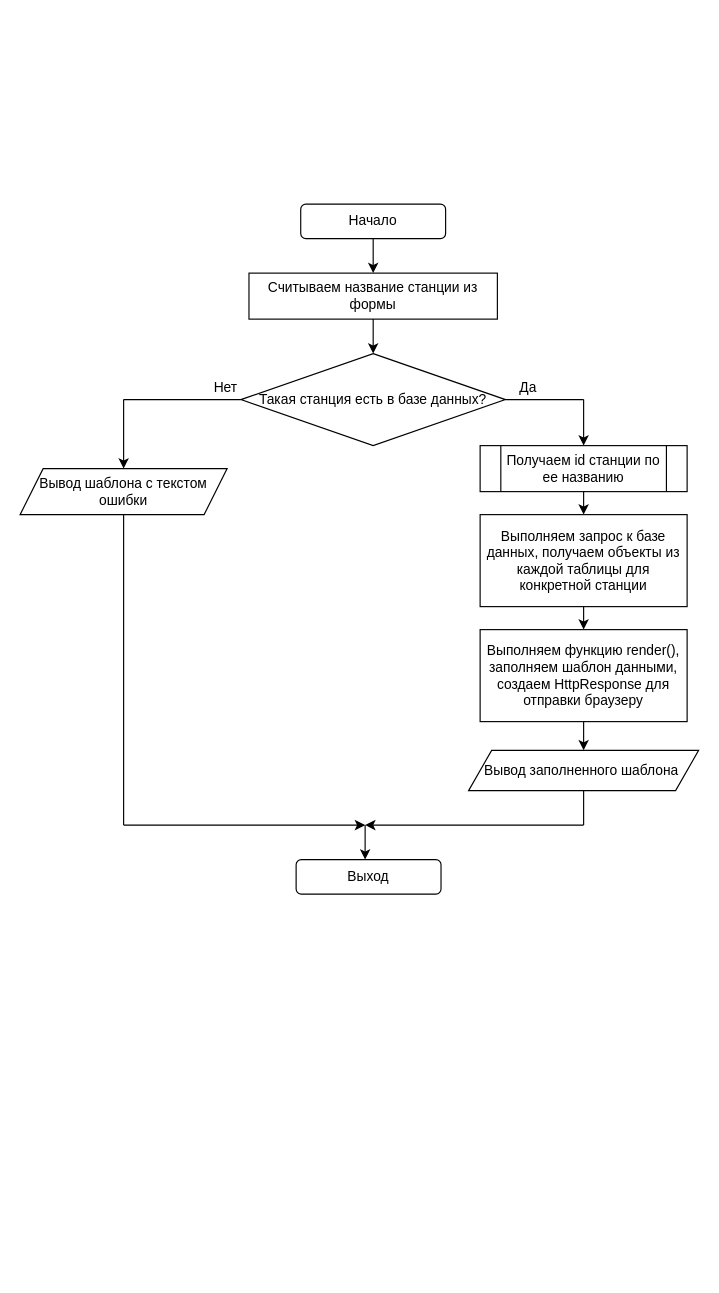
Before: name.drawio in Sofya99/Diplom, a draw.io diagram. Source tidied: cells renumbered, new cells numbered last; positions are measured from the earlier drawing's top-left corner, leaving out a move shared by most shapes. Both pictures are drawn from the tidied source at 115%, with x=0, y=0 at pixel (20, 204).
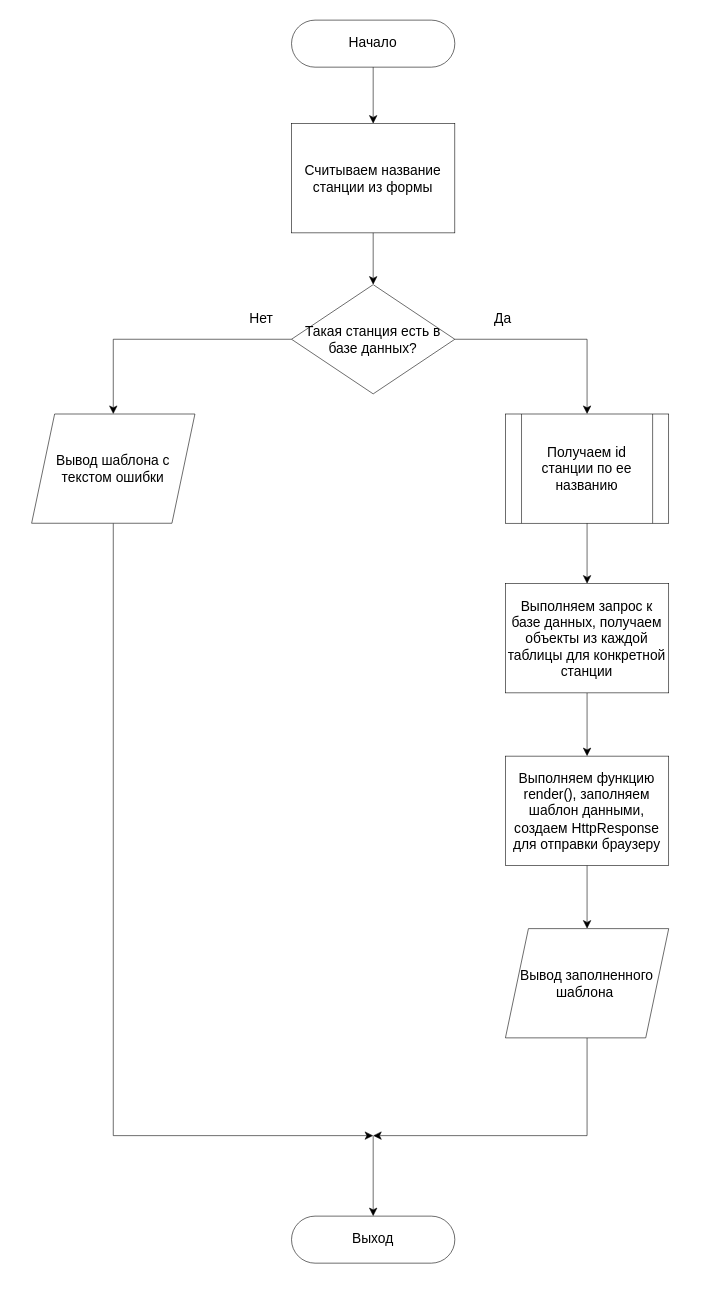
After the change.

Diff of the diagram source:
```diff
@@
-    <mxCell id="2" value="Начало" style="rounded=1;whiteSpace=wrap;html=1;" parent="1" vertex="1">
-      <mxGeometry x="244" width="126" height="30" as="geometry" />
+    <mxCell id="2" value="Начало" style="rounded=1;whiteSpace=wrap;html=1;arcSize=50;strokeWidth=0.5;" parent="1" vertex="1">
+      <mxGeometry x="236" y="-160" width="142" height="40.9" as="geometry" />
     </mxCell>
-    <mxCell id="3" value="Считываем название станции из формы" style="rounded=0;whiteSpace=wrap;html=1;" parent="1" vertex="1">
-      <mxGeometry x="199" y="60" width="216" height="40" as="geometry" />
+    <mxCell id="3" value="Считываем название станции из формы" style="rounded=0;whiteSpace=wrap;html=1;strokeWidth=0.5;" parent="1" vertex="1">
+      <mxGeometry x="236" y="-70" width="142" height="95" as="geometry" />
     </mxCell>
+    <mxCell id="28" style="edgeStyle=orthogonalEdgeStyle;rounded=0;jettySize=auto;html=1;exitX=0;exitY=0.5;exitDx=0;exitDy=0;entryX=0.5;entryY=0;entryDx=0;entryDy=0;fontSize=11;strokeWidth=0.5;" parent="1" edge="1" source="4" target="7">
+      <mxGeometry relative="1" as="geometry" />
+    </mxCell>
+    <mxCell id="29" style="edgeStyle=orthogonalEdgeStyle;rounded=0;jettySize=auto;html=1;exitX=1;exitY=0.5;exitDx=0;exitDy=0;entryX=0.5;entryY=0;entryDx=0;entryDy=0;fontSize=11;strokeWidth=0.5;" parent="1" edge="1" source="4" target="17">
+      <mxGeometry relative="1" as="geometry" />
+    </mxCell>
-    <mxCell id="4" value="Такая станция есть в базе данных?" style="rhombus;whiteSpace=wrap;html=1;" parent="1" vertex="1">
-      <mxGeometry x="192" y="130" width="230" height="80" as="geometry" />
+    <mxCell id="4" value="Такая станция есть в базе данных?" style="rhombus;whiteSpace=wrap;html=1;strokeWidth=0.5;" parent="1" vertex="1">
+      <mxGeometry x="236" y="70" width="142" height="95" as="geometry" />
     </mxCell>
-    <mxCell id="5" value="Выход" style="rounded=1;whiteSpace=wrap;html=1;" parent="1" vertex="1">
-      <mxGeometry x="240" y="570" width="126" height="30" as="geometry" />
+    <mxCell id="5" value="Выход" style="rounded=1;whiteSpace=wrap;html=1;arcSize=50;strokeWidth=0.5;" parent="1" vertex="1">
+      <mxGeometry x="236" y="880" width="142" height="40.9" as="geometry" />
     </mxCell>
-    <mxCell id="6" style="endArrow=none;html=1;entryX=0;entryY=0.5;entryDx=0;entryDy=0;" parent="1" edge="1" target="4">
-      <mxGeometry relative="1" as="geometry">
-        <mxPoint x="90" y="170" as="sourcePoint" />
-      </mxGeometry>
-    </mxCell>
+    <mxCell id="30" style="edgeStyle=orthogonalEdgeStyle;rounded=0;jettySize=auto;html=1;exitX=0.5;exitY=1;exitDx=0;exitDy=0;fontSize=11;strokeWidth=0.5;" parent="1" edge="1" source="7">
+      <mxGeometry relative="1" as="geometry">
+        <mxPoint x="307" y="810" as="targetPoint" />
+        <Array as="points">
+          <mxPoint x="81" y="810" />
+        </Array>
+      </mxGeometry>
+    </mxCell>
-    <mxCell id="7" value="Вывод шаблона с текстом ошибки" style="shape=parallelogram;perimeter=parallelogramPerimeter;whiteSpace=wrap;html=1;fixedSize=1;" parent="1" vertex="1">
-      <mxGeometry y="230" width="180" height="40" as="geometry" />
+    <mxCell id="7" value="Вывод шаблона с текстом ошибки" style="shape=parallelogram;perimeter=parallelogramPerimeter;whiteSpace=wrap;html=1;fixedSize=1;strokeWidth=0.5;" parent="1" vertex="1">
+      <mxGeometry x="10" y="182.5" width="142" height="95" as="geometry" />
     </mxCell>
-    <mxCell id="8" style="endArrow=classic;html=1;entryX=0.5;entryY=0;entryDx=0;entryDy=0;" parent="1" edge="1" target="7">
-      <mxGeometry relative="1" as="geometry">
-        <mxPoint x="90" y="170" as="sourcePoint" />
-      </mxGeometry>
-    </mxCell>
-    <mxCell id="9" style="endArrow=classic;html=1;exitX=0.5;exitY=1;exitDx=0;exitDy=0;" parent="1" edge="1" source="2">
+    <mxCell id="9" style="endArrow=classic;html=1;exitX=0.5;exitY=1;exitDx=0;exitDy=0;strokeWidth=0.5;" parent="1" edge="1" source="2">
       <mxGeometry relative="1" as="geometry">
-        <mxPoint x="307" y="60" as="targetPoint" />
+        <mxPoint x="307" y="-70" as="targetPoint" />
       </mxGeometry>
     </mxCell>
-    <mxCell id="10" style="endArrow=classic;html=1;exitX=0.5;exitY=1;exitDx=0;exitDy=0;entryX=0.5;entryY=0;entryDx=0;entryDy=0;" parent="1" edge="1" source="3" target="4">
+    <mxCell id="10" style="endArrow=classic;html=1;exitX=0.5;exitY=1;exitDx=0;exitDy=0;entryX=0.5;entryY=0;entryDx=0;entryDy=0;strokeWidth=0.5;" parent="1" edge="1" source="3" target="4">
       <mxGeometry relative="1" as="geometry" />
     </mxCell>
-    <mxCell id="11" value="Нет" style="text;html=1;strokeColor=none;fillColor=none;align=center;verticalAlign=middle;whiteSpace=wrap;rounded=0;" parent="1" vertex="1">
-      <mxGeometry x="159" y="150" width="40" height="20" as="geometry" />
+    <mxCell id="11" value="Нет" style="text;html=1;strokeColor=none;fillColor=none;align=center;verticalAlign=middle;whiteSpace=wrap;rounded=0;strokeWidth=0.5;" parent="1" vertex="1">
+      <mxGeometry x="190" y="90" width="40" height="20" as="geometry" />
     </mxCell>
-    <mxCell id="12" value="Да" style="text;html=1;strokeColor=none;fillColor=none;align=center;verticalAlign=middle;whiteSpace=wrap;rounded=0;" parent="1" vertex="1">
-      <mxGeometry x="422" y="150" width="40" height="20" as="geometry" />
+    <mxCell id="12" value="Да" style="text;html=1;strokeColor=none;fillColor=none;align=center;verticalAlign=middle;whiteSpace=wrap;rounded=0;strokeWidth=0.5;" parent="1" vertex="1">
+      <mxGeometry x="400" y="90" width="40" height="20" as="geometry" />
     </mxCell>
-    <mxCell id="13" style="endArrow=none;html=1;entryX=0.5;entryY=1;entryDx=0;entryDy=0;" parent="1" edge="1" target="7">
-      <mxGeometry relative="1" as="geometry">
-        <mxPoint x="90" y="540" as="sourcePoint" />
-      </mxGeometry>
-    </mxCell>
-    <mxCell id="14" style="endArrow=none;html=1;exitX=0;exitY=1;exitDx=0;exitDy=0;" parent="1" edge="1" source="12">
-      <mxGeometry relative="1" as="geometry">
-        <mxPoint x="490" y="170" as="targetPoint" />
-      </mxGeometry>
-    </mxCell>
-    <mxCell id="15" style="edgeStyle=orthogonalEdgeStyle;rounded=0;jettySize=auto;html=1;exitX=0.5;exitY=1;exitDx=0;exitDy=0;entryX=0.5;entryY=0;entryDx=0;entryDy=0;" parent="1" edge="1" source="16" target="21">
+    <mxCell id="15" style="edgeStyle=orthogonalEdgeStyle;rounded=0;jettySize=auto;html=1;exitX=0.5;exitY=1;exitDx=0;exitDy=0;entryX=0.5;entryY=0;entryDx=0;entryDy=0;strokeWidth=0.5;" parent="1" edge="1" source="16" target="21">
       <mxGeometry relative="1" as="geometry" />
     </mxCell>
-    <mxCell id="16" value="Выполняем запрос к базе данных, получаем объекты из каждой таблицы для конкретной станции" style="rounded=0;whiteSpace=wrap;html=1;" parent="1" vertex="1">
-      <mxGeometry x="400" y="270" width="180" height="80" as="geometry" />
+    <mxCell id="16" value="Выполняем запрос к базе данных, получаем объекты из каждой таблицы для конкретной станции" style="rounded=0;whiteSpace=wrap;html=1;strokeWidth=0.5;" parent="1" vertex="1">
+      <mxGeometry x="422" y="330" width="142" height="95" as="geometry" />
     </mxCell>
-    <mxCell id="17" value="Получаем id станции по ее названию" style="shape=process;whiteSpace=wrap;html=1;backgroundOutline=1;" parent="1" vertex="1">
-      <mxGeometry x="400" y="210" width="180" height="40" as="geometry" />
+    <mxCell id="17" value="Получаем id станции по ее названию" style="shape=process;whiteSpace=wrap;html=1;backgroundOutline=1;strokeWidth=0.5;" parent="1" vertex="1">
+      <mxGeometry x="422" y="182.5" width="142" height="95" as="geometry" />
     </mxCell>
-    <mxCell id="18" style="endArrow=classic;html=1;entryX=0.5;entryY=0;entryDx=0;entryDy=0;" parent="1" edge="1" target="17">
-      <mxGeometry relative="1" as="geometry">
-        <mxPoint x="490" y="170" as="sourcePoint" />
-      </mxGeometry>
-    </mxCell>
-    <mxCell id="19" style="endArrow=classic;html=1;exitX=0.5;exitY=1;exitDx=0;exitDy=0;entryX=0.5;entryY=0;entryDx=0;entryDy=0;" parent="1" edge="1" source="17" target="16">
+    <mxCell id="19" style="endArrow=classic;html=1;exitX=0.5;exitY=1;exitDx=0;exitDy=0;entryX=0.5;entryY=0;entryDx=0;entryDy=0;strokeWidth=0.5;" parent="1" edge="1" source="17" target="16">
       <mxGeometry relative="1" as="geometry" />
     </mxCell>
-    <mxCell id="20" style="edgeStyle=orthogonalEdgeStyle;rounded=0;jettySize=auto;html=1;exitX=0.5;exitY=1;exitDx=0;exitDy=0;entryX=0.5;entryY=0;entryDx=0;entryDy=0;" parent="1" edge="1" source="21" target="22">
+    <mxCell id="20" style="edgeStyle=orthogonalEdgeStyle;rounded=0;jettySize=auto;html=1;exitX=0.5;exitY=1;exitDx=0;exitDy=0;entryX=0.5;entryY=0;entryDx=0;entryDy=0;strokeWidth=0.5;" parent="1" edge="1" source="21" target="22">
       <mxGeometry relative="1" as="geometry" />
     </mxCell>
-    <mxCell id="21" value="Выполняем функцию render(), заполняем шаблон данными, создаем HttpResponse для отправки браузеру" style="rounded=0;whiteSpace=wrap;html=1;" parent="1" vertex="1">
-      <mxGeometry x="400" y="370" width="180" height="80" as="geometry" />
+    <mxCell id="21" value="Выполняем функцию render(), заполняем шаблон данными, создаем HttpResponse для отправки браузеру" style="rounded=0;whiteSpace=wrap;html=1;strokeWidth=0.5;" parent="1" vertex="1">
+      <mxGeometry x="422" y="480" width="142" height="95" as="geometry" />
     </mxCell>
+    <mxCell id="31" style="edgeStyle=orthogonalEdgeStyle;rounded=0;jettySize=auto;html=1;exitX=0.5;exitY=1;exitDx=0;exitDy=0;fontSize=11;strokeWidth=0.5;" parent="1" edge="1" source="22">
+      <mxGeometry relative="1" as="geometry">
+        <mxPoint x="307" y="810" as="targetPoint" />
+        <Array as="points">
+          <mxPoint x="493" y="810" />
+          <mxPoint x="307" y="810" />
+        </Array>
+      </mxGeometry>
+    </mxCell>
-    <mxCell id="22" value="Вывод заполненного шаблона&amp;nbsp;" style="shape=parallelogram;perimeter=parallelogramPerimeter;whiteSpace=wrap;html=1;fixedSize=1;" parent="1" vertex="1">
-      <mxGeometry x="390" y="475" width="200" height="35" as="geometry" />
+    <mxCell id="22" value="Вывод заполненного шаблона&amp;nbsp;" style="shape=parallelogram;perimeter=parallelogramPerimeter;whiteSpace=wrap;html=1;fixedSize=1;strokeWidth=0.5;" parent="1" vertex="1">
+      <mxGeometry x="422" y="630" width="142" height="95" as="geometry" />
     </mxCell>
-    <mxCell id="23" style="endArrow=none;html=1;exitX=0.5;exitY=1;exitDx=0;exitDy=0;" parent="1" edge="1" source="22">
-      <mxGeometry relative="1" as="geometry">
-        <mxPoint x="490" y="540" as="targetPoint" />
-      </mxGeometry>
-    </mxCell>
-    <mxCell id="24" style="edgeStyle=orthogonalEdgeStyle;rounded=0;orthogonalLoop=1;jettySize=auto;html=1;exitX=0.5;exitY=1;exitDx=0;exitDy=0;" parent="1" edge="1" source="5" target="5">
+    <mxCell id="24" style="edgeStyle=orthogonalEdgeStyle;rounded=0;orthogonalLoop=1;jettySize=auto;html=1;exitX=0.5;exitY=1;exitDx=0;exitDy=0;strokeWidth=0.5;" parent="1" edge="1" source="5" target="5">
       <mxGeometry relative="1" as="geometry" />
     </mxCell>
-    <mxCell id="25" style="endArrow=classic;html=1;" parent="1" edge="1">
-      <mxGeometry relative="1" as="geometry">
-        <mxPoint x="300" y="540" as="sourcePoint" />
-        <mxPoint x="300" y="570" as="targetPoint" />
-      </mxGeometry>
-    </mxCell>
-    <mxCell id="26" style="endArrow=classic;html=1;" parent="1" edge="1">
-      <mxGeometry relative="1" as="geometry">
-        <mxPoint x="90" y="540" as="sourcePoint" />
-        <mxPoint x="300" y="540" as="targetPoint" />
-      </mxGeometry>
-    </mxCell>
-    <mxCell id="27" style="endArrow=classic;html=1;" parent="1" edge="1">
-      <mxGeometry relative="1" as="geometry">
-        <mxPoint x="490" y="540" as="sourcePoint" />
-        <mxPoint x="300" y="540" as="targetPoint" />
-      </mxGeometry>
-    </mxCell>
+    <mxCell id="32" style="endArrow=classic;html=1;fontSize=11;strokeWidth=0.5;entryX=0.5;entryY=0;entryDx=0;entryDy=0;" parent="1" edge="1" target="5">
+      <mxGeometry relative="1" as="geometry">
+        <mxPoint x="307" y="810" as="sourcePoint" />
+      </mxGeometry>
+    </mxCell>
```
